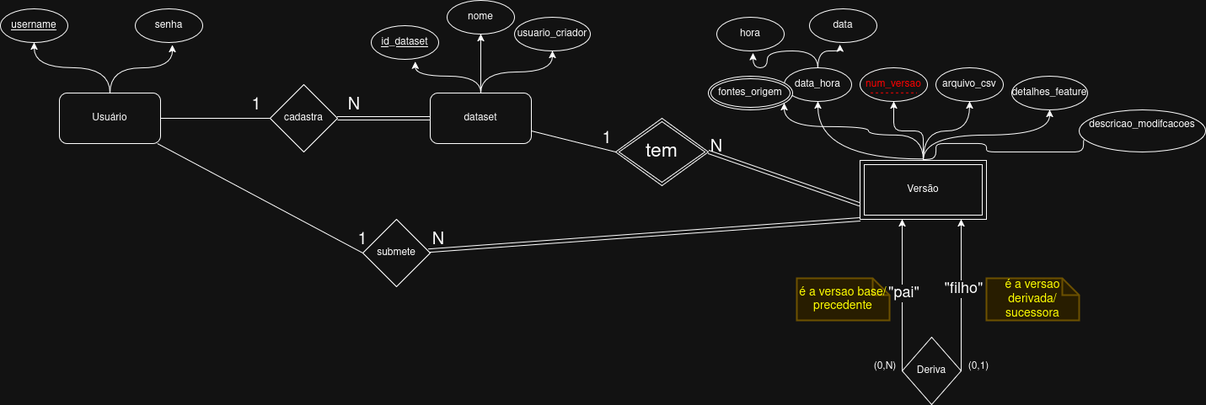
Above: docs/Diagrama_ER_ProjetoFeatureStore.png in NicohOliveira/db-project-feature-store (draw.io), before the change. Source tidied: cells renumbered, new cells last; positions are measured from the earlier drawing's top-left corner, leaving out a move shared by most shapes.
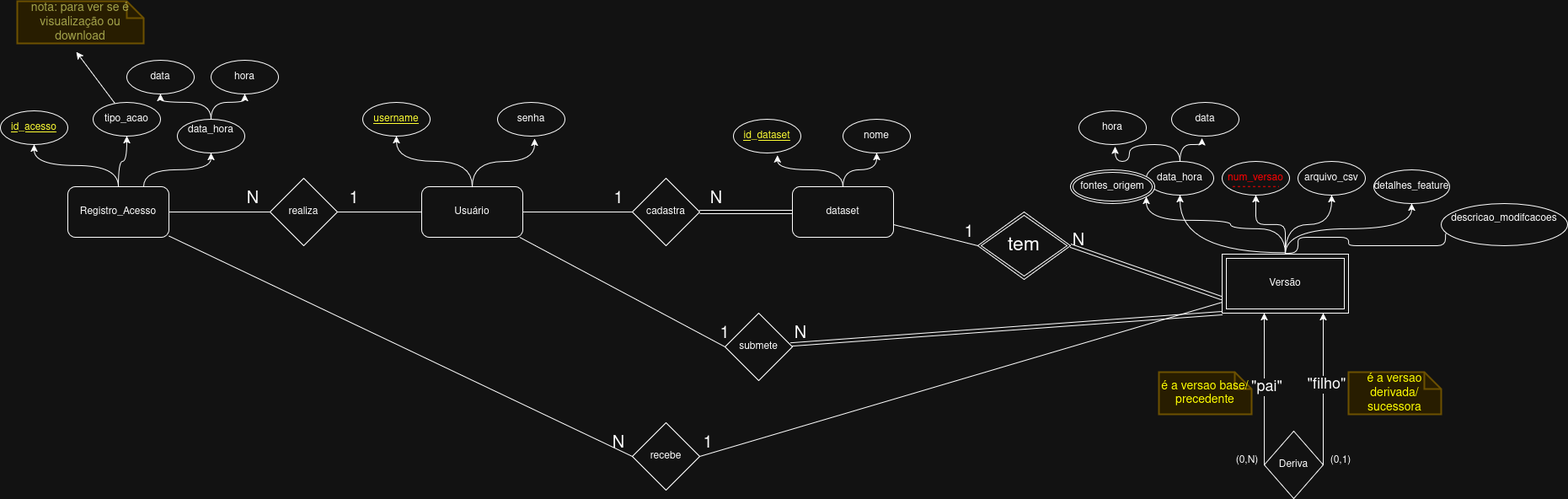
After the commit.

Commit message:
feat/docs: modelagem de logs de acesso e fechamento da versao conceitual inicial

finalização do diagrama ER (v1).
- criação da entidade forte Registro_Acesso para rastrear downloads/visualizações, utilizando reificação para permitir múltiplos registros temporais e evitar problemas estruturais de relações N:M (criando uma relação que liga usuário e versão, por exemplo).
- ligação do log restrita a Usuário e Versão, evitando ciclos e redundância de caminho com a entidade Dataset.

Diff of the diagram source:
```diff
@@ -11,10 +11,13 @@
     <mxCell id="4" style="rounded=0;jettySize=auto;html=1;entryX=0;entryY=0.5;entryDx=0;entryDy=0;endArrow=none;endFill=0;" parent="1" edge="1" source="5" target="53">
       <mxGeometry relative="1" as="geometry" />
     </mxCell>
+    <mxCell id="56" style="edgeStyle=orthogonalEdgeStyle;rounded=0;jettySize=auto;html=1;entryX=1;entryY=0.5;entryDx=0;entryDy=0;endArrow=none;endFill=0;" parent="1" edge="1" source="5" target="72">
+      <mxGeometry relative="1" as="geometry" />
+    </mxCell>
     <mxCell id="5" value="Usuário" style="rounded=1;whiteSpace=wrap;html=1;" parent="1" vertex="1">
       <mxGeometry x="70" y="110" width="120" height="60" as="geometry" />
     </mxCell>
-    <mxCell id="6" value="username" style="ellipse;whiteSpace=wrap;html=1;fontStyle=4;" parent="1" vertex="1">
+    <mxCell id="6" value="username" style="ellipse;whiteSpace=wrap;html=1;fontStyle=4;fontColor=light-dark(#000000,#FFFF33);" parent="1" vertex="1">
       <mxGeometry y="10" width="80" height="40" as="geometry" />
     </mxCell>
     <mxCell id="7" value="senha" style="ellipse;whiteSpace=wrap;html=1;fontStyle=0;" parent="1" vertex="1">
@@ -29,21 +32,15 @@
     <mxCell id="10" value="dataset" style="rounded=1;whiteSpace=wrap;html=1;" parent="1" vertex="1">
       <mxGeometry x="510" y="110" width="120" height="60" as="geometry" />
     </mxCell>
-    <mxCell id="11" value="id_dataset" style="ellipse;whiteSpace=wrap;html=1;fontStyle=4;" parent="1" vertex="1">
+    <mxCell id="11" value="id_dataset" style="ellipse;whiteSpace=wrap;html=1;fontStyle=4;fontColor=light-dark(#000000,#FFFF33);" parent="1" vertex="1">
       <mxGeometry x="440" y="30" width="80" height="40" as="geometry" />
     </mxCell>
     <mxCell id="12" style="edgeStyle=orthogonalEdgeStyle;rounded=0;jettySize=auto;html=1;entryX=0.653;entryY=1.067;entryDx=0;entryDy=0;entryPerimeter=0;curved=1;" parent="1" edge="1" source="10" target="11">
       <mxGeometry relative="1" as="geometry" />
     </mxCell>
-    <mxCell id="13" style="edgeStyle=orthogonalEdgeStyle;rounded=0;jettySize=auto;html=1;curved=1;entryX=0.5;entryY=1;entryDx=0;entryDy=0;" parent="1" edge="1" source="10" target="15">
-      <mxGeometry relative="1" as="geometry" />
-    </mxCell>
     <mxCell id="14" value="nome" style="ellipse;whiteSpace=wrap;html=1;fontStyle=0;" parent="1" vertex="1">
-      <mxGeometry x="530" width="80" height="40" as="geometry" />
+      <mxGeometry x="570" y="30" width="80" height="40" as="geometry" />
     </mxCell>
-    <mxCell id="15" value="usuario_criador" style="ellipse;whiteSpace=wrap;html=1;fontStyle=0;" parent="1" vertex="1">
-      <mxGeometry x="610" y="20" width="90" height="40" as="geometry" />
-    </mxCell>
     <mxCell id="16" value="arquivo_csv" style="ellipse;whiteSpace=wrap;html=1;fontStyle=0;" parent="1" vertex="1">
       <mxGeometry x="1110" y="80" width="80" height="40" as="geometry" />
     </mxCell>
@@ -103,6 +100,9 @@
         </Array>
       </mxGeometry>
     </mxCell>
+    <mxCell id="57" style="rounded=0;jettySize=auto;html=1;entryX=1;entryY=0.5;entryDx=0;entryDy=0;endArrow=none;endFill=0;" parent="1" edge="1" source="30" target="75">
+      <mxGeometry relative="1" as="geometry" />
+    </mxCell>
     <mxCell id="30" value="Versão" style="shape=ext;margin=3;double=1;whiteSpace=wrap;html=1;align=center;" parent="1" vertex="1">
       <mxGeometry x="1020" y="190" width="150" height="70" as="geometry" />
     </mxCell>
@@ -195,5 +195,70 @@
     <mxCell id="55" value="N" style="text;html=1;whiteSpace=wrap;strokeColor=none;fillColor=none;align=center;verticalAlign=middle;rounded=0;fontSize=20;" parent="1" vertex="1">
       <mxGeometry x="490" y="270" width="60" height="30" as="geometry" />
     </mxCell>
+    <mxCell id="58" style="edgeStyle=orthogonalEdgeStyle;rounded=0;jettySize=auto;html=1;entryX=0.5;entryY=1;entryDx=0;entryDy=0;curved=1;" parent="1" edge="1" source="63" target="64">
+      <mxGeometry relative="1" as="geometry" />
+    </mxCell>
+    <mxCell id="59" style="edgeStyle=orthogonalEdgeStyle;rounded=0;jettySize=auto;html=1;exitX=0.75;exitY=0;exitDx=0;exitDy=0;curved=1;" parent="1" edge="1" source="63" target="67">
+      <mxGeometry relative="1" as="geometry" />
+    </mxCell>
+    <mxCell id="60" style="edgeStyle=orthogonalEdgeStyle;rounded=0;jettySize=auto;html=1;entryX=0.5;entryY=1;entryDx=0;entryDy=0;curved=1;" parent="1" edge="1" source="63" target="71">
+      <mxGeometry relative="1" as="geometry" />
+    </mxCell>
+    <mxCell id="61" style="edgeStyle=orthogonalEdgeStyle;rounded=0;jettySize=auto;html=1;entryX=0;entryY=0.5;entryDx=0;entryDy=0;endArrow=none;endFill=0;" parent="1" edge="1" source="63" target="72">
+      <mxGeometry relative="1" as="geometry" />
+    </mxCell>
+    <mxCell id="62" style="rounded=0;jettySize=auto;html=1;entryX=0;entryY=0.5;entryDx=0;entryDy=0;endArrow=none;endFill=0;" parent="1" edge="1" source="63" target="75">
+      <mxGeometry relative="1" as="geometry" />
+    </mxCell>
+    <mxCell id="63" value="Registro_Acesso" style="rounded=1;whiteSpace=wrap;html=1;" parent="1" vertex="1">
+      <mxGeometry x="-350" y="110" width="120" height="60" as="geometry" />
+    </mxCell>
+    <mxCell id="64" value="id_acesso" style="ellipse;whiteSpace=wrap;html=1;fontStyle=4;fontColor=light-dark(#000000,#FFFF33);" parent="1" vertex="1">
+      <mxGeometry x="-430" y="20" width="80" height="40" as="geometry" />
+    </mxCell>
+    <mxCell id="65" style="edgeStyle=orthogonalEdgeStyle;rounded=0;jettySize=auto;html=1;entryX=0.5;entryY=1;entryDx=0;entryDy=0;curved=1;" parent="1" edge="1" source="67" target="68">
+      <mxGeometry relative="1" as="geometry" />
+    </mxCell>
+    <mxCell id="66" style="edgeStyle=orthogonalEdgeStyle;rounded=0;jettySize=auto;html=1;entryX=0.5;entryY=1;entryDx=0;entryDy=0;curved=1;" parent="1" edge="1" source="67" target="69">
+      <mxGeometry relative="1" as="geometry" />
+    </mxCell>
+    <mxCell id="67" value="&lt;div&gt;data_hora&lt;/div&gt;&lt;div&gt;&lt;br&gt;&lt;/div&gt;" style="ellipse;whiteSpace=wrap;html=1;fontStyle=0;" parent="1" vertex="1">
+      <mxGeometry x="-220" y="30" width="80" height="40" as="geometry" />
+    </mxCell>
+    <mxCell id="68" value="data" style="ellipse;whiteSpace=wrap;html=1;fontStyle=0;" parent="1" vertex="1">
+      <mxGeometry x="-280" y="-40" width="80" height="40" as="geometry" />
+    </mxCell>
+    <mxCell id="69" value="hora" style="ellipse;whiteSpace=wrap;html=1;fontStyle=0;" parent="1" vertex="1">
+      <mxGeometry x="-180" y="-40" width="80" height="40" as="geometry" />
+    </mxCell>
+    <mxCell id="70" style="rounded=0;jettySize=auto;html=1;" parent="1" edge="1" source="71">
+      <mxGeometry relative="1" as="geometry">
+        <mxPoint x="-340" y="-50" as="targetPoint" />
+      </mxGeometry>
+    </mxCell>
+    <mxCell id="71" value="tipo_acao" style="ellipse;whiteSpace=wrap;html=1;fontStyle=0;" parent="1" vertex="1">
+      <mxGeometry x="-320" y="10" width="80" height="40" as="geometry" />
+    </mxCell>
+    <mxCell id="72" value="realiza" style="rhombus;whiteSpace=wrap;html=1;" parent="1" vertex="1">
+      <mxGeometry x="-110" y="100" width="80" height="80" as="geometry" />
+    </mxCell>
+    <mxCell id="73" value="1" style="text;html=1;whiteSpace=wrap;strokeColor=none;fillColor=none;align=center;verticalAlign=middle;rounded=0;fontSize=20;" parent="1" vertex="1">
+      <mxGeometry x="-40" y="110" width="60" height="30" as="geometry" />
+    </mxCell>
+    <mxCell id="74" value="N" style="text;html=1;whiteSpace=wrap;strokeColor=none;fillColor=none;align=center;verticalAlign=middle;rounded=0;fontSize=20;" parent="1" vertex="1">
+      <mxGeometry x="-160" y="110" width="60" height="30" as="geometry" />
+    </mxCell>
+    <mxCell id="75" value="recebe" style="rhombus;whiteSpace=wrap;html=1;" parent="1" vertex="1">
+      <mxGeometry x="320" y="390" width="80" height="80" as="geometry" />
+    </mxCell>
+    <mxCell id="76" value="1" style="text;html=1;whiteSpace=wrap;strokeColor=none;fillColor=none;align=center;verticalAlign=middle;rounded=0;fontSize=20;" parent="1" vertex="1">
+      <mxGeometry x="380" y="400" width="60" height="30" as="geometry" />
+    </mxCell>
+    <mxCell id="77" value="N" style="text;html=1;whiteSpace=wrap;strokeColor=none;fillColor=none;align=center;verticalAlign=middle;rounded=0;fontSize=20;" parent="1" vertex="1">
+      <mxGeometry x="274" y="400" width="60" height="30" as="geometry" />
+    </mxCell>
+    <mxCell id="78" value="nota: para ver se é visualização ou download" style="shape=note;strokeWidth=2;fontSize=14;size=20;whiteSpace=wrap;html=1;fillColor=#fff2cc;strokeColor=#d6b656;fontColor=#666600;" parent="1" vertex="1">
+      <mxGeometry x="-410" y="-110" width="150" height="50" as="geometry" />
+    </mxCell>
   </root>
 </mxGraphModel>
```
